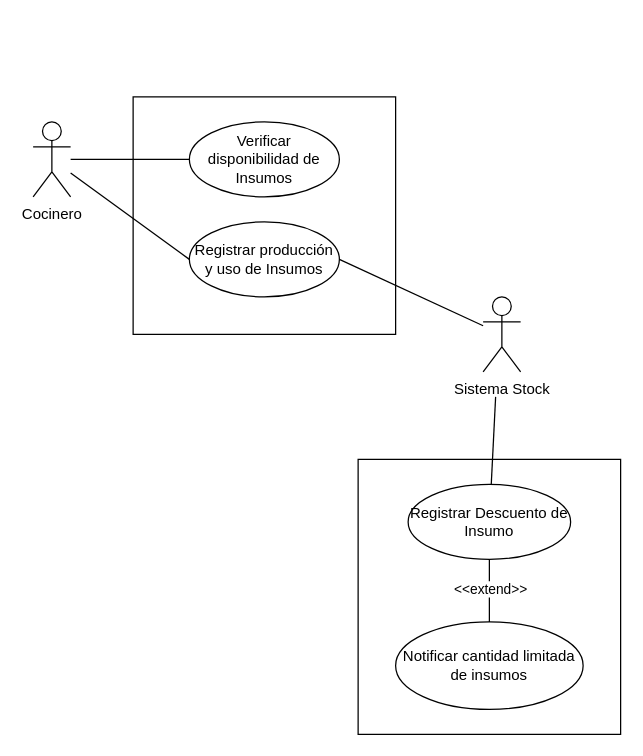
This is Diagramas_Caso_de_Uso/Diagrama de casos de Uso (descuento de Insumo).drawio from jorgeortizcastillo2020-hue/MSI_JJ_PARADIGMA4-1_IEC_N2_C1, a draw.io file, before an edit. Source tidied: cells renumbered, new cells numbered last; positions are measured from the earlier drawing's top-left corner, leaving out a move shared by most shapes. Both pictures are drawn from the tidied source at 125%, with x=0, y=0 at pixel (32, 96).
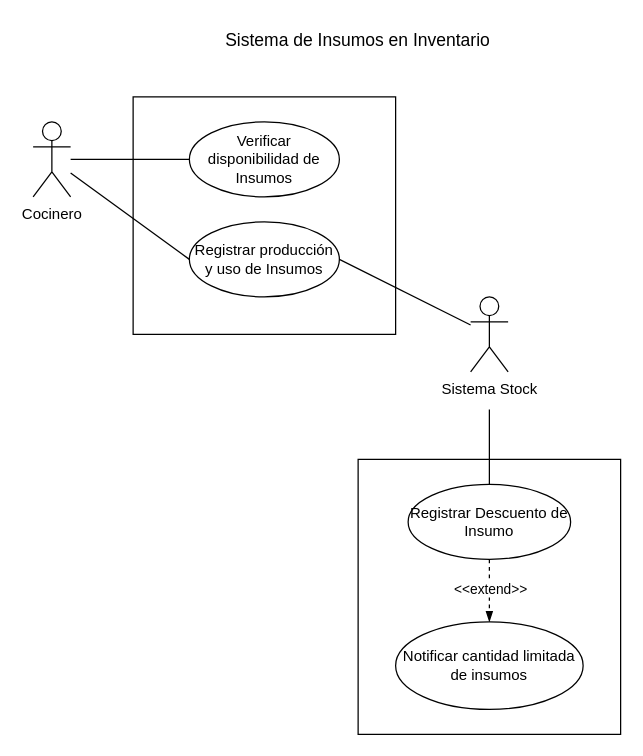
After the change.

Change to the diagram source:
```diff
@@
 <mxGraphModel>
   <root>
     <mxCell id="0" />
     <mxCell id="1" parent="0" />
     <mxCell id="2" style="rounded=0;whiteSpace=wrap;html=1;" parent="1" vertex="1">
       <mxGeometry x="260" y="290" width="210" height="220" as="geometry" />
     </mxCell>
     <mxCell id="3" style="rounded=0;whiteSpace=wrap;html=1;" parent="1" vertex="1">
       <mxGeometry x="80" width="210" height="190" as="geometry" />
     </mxCell>
     <mxCell id="4" style="rounded=0;jettySize=auto;html=1;entryX=0;entryY=0.5;entryDx=0;entryDy=0;defaultLabelBackgroundColor=page;endArrow=none;endFill=0;" parent="1" edge="1" source="5" target="7">
       <mxGeometry relative="1" as="geometry" />
     </mxCell>
     <mxCell id="5" value="Cocinero" style="shape=umlActor;verticalLabelPosition=bottom;verticalAlign=top;html=1;outlineConnect=0;labelPerimeter=1;" parent="1" vertex="1">
       <mxGeometry y="20" width="30" height="60" as="geometry" />
     </mxCell>
     <mxCell id="6" style="rounded=0;jettySize=auto;html=1;entryX=0;entryY=0.5;entryDx=0;entryDy=0;defaultLabelBackgroundColor=page;endArrow=none;endFill=0;" parent="1" edge="1" source="5" target="15">
       <mxGeometry relative="1" as="geometry" />
     </mxCell>
     <mxCell id="7" value="Registrar producción y uso de Insumos" style="ellipse;whiteSpace=wrap;html=1;shapeInside=1;" parent="1" vertex="1">
       <mxGeometry x="125" y="100" width="120" height="60" as="geometry" />
     </mxCell>
     <mxCell id="8" style="rounded=0;jettySize=auto;html=1;defaultLabelBackgroundColor=page;endArrow=none;endFill=0;" parent="1" edge="1" target="13">
       <mxGeometry relative="1" as="geometry">
-        <mxPoint x="370" y="240" as="sourcePoint" />
+        <mxPoint x="365" y="250" as="sourcePoint" />
       </mxGeometry>
     </mxCell>
     <mxCell id="9" value="Sistema Stock" style="shape=umlActor;verticalLabelPosition=bottom;verticalAlign=top;html=1;outlineConnect=0;labelPerimeter=1;" parent="1" vertex="1">
-      <mxGeometry x="360" y="160" width="30" height="60" as="geometry" />
+      <mxGeometry x="350" y="160" width="30" height="60" as="geometry" />
     </mxCell>
     <mxCell id="10" style="rounded=0;jettySize=auto;html=1;exitX=1;exitY=0.5;exitDx=0;exitDy=0;defaultLabelBackgroundColor=page;endArrow=none;endFill=0;" parent="1" edge="1" source="7" target="9">
       <mxGeometry relative="1" as="geometry" />
     </mxCell>
-    <mxCell id="11" style="rounded=0;orthogonalLoop=1;jettySize=auto;html=1;exitX=0.5;exitY=1;exitDx=0;exitDy=0;entryX=0.5;entryY=0;entryDx=0;entryDy=0;defaultLabelBackgroundColor=page;endArrow=none;endFill=0;" parent="1" edge="1">
+    <mxCell id="11" style="rounded=0;orthogonalLoop=1;jettySize=auto;html=1;exitX=0.5;exitY=1;exitDx=0;exitDy=0;entryX=0.5;entryY=0;entryDx=0;entryDy=0;defaultLabelBackgroundColor=page;endArrow=blockThin;endFill=1;dashed=1;" parent="1" edge="1">
       <mxGeometry relative="1" as="geometry">
         <mxPoint x="365" y="370" as="sourcePoint" />
         <mxPoint x="365" y="420" as="targetPoint" />
       </mxGeometry>
     </mxCell>
     <mxCell id="12" value="&amp;lt;&amp;lt;extend&amp;gt;&amp;gt;" style="edgeLabel;html=1;align=center;verticalAlign=middle;inheritText=1;defaultLabelBackgroundColor=page;" parent="11" vertex="1">
       <mxGeometry x="-0.1" relative="1" as="geometry" />
     </mxCell>
     <mxCell id="13" value="Registrar Descuento de Insumo" style="ellipse;whiteSpace=wrap;html=1;shapeInside=1;" parent="1" vertex="1">
       <mxGeometry x="300" y="310" width="130" height="60" as="geometry" />
     </mxCell>
     <mxCell id="14" value="Notificar cantidad limitada de insumos" style="ellipse;whiteSpace=wrap;html=1;shapeInside=1;" parent="1" vertex="1">
       <mxGeometry x="290" y="420" width="150" height="70" as="geometry" />
     </mxCell>
     <mxCell id="15" value="Verificar disponibilidad de I&lt;span style=&quot;text-decoration-line: inherit; background-color: transparent; color: light-dark(#000000, var(--ge-light-color, #ffffff));&quot;&gt;nsumos&lt;/span&gt;" style="ellipse;whiteSpace=wrap;html=1;shapeInside=1;" parent="1" vertex="1">
       <mxGeometry x="125" y="20" width="120" height="60" as="geometry" />
     </mxCell>
+    <mxCell id="16" value="&lt;font style=&quot;font-size: 14px;&quot;&gt;Sistema de Insumos en Inventario&lt;/font&gt;" style="text;html=1;whiteSpace=wrap;strokeColor=none;fillColor=none;align=center;verticalAlign=middle;rounded=0;" parent="1" vertex="1">
+      <mxGeometry x="150" y="-60" width="220" height="30" as="geometry" />
+    </mxCell>
   </root>
 </mxGraphModel>
```
